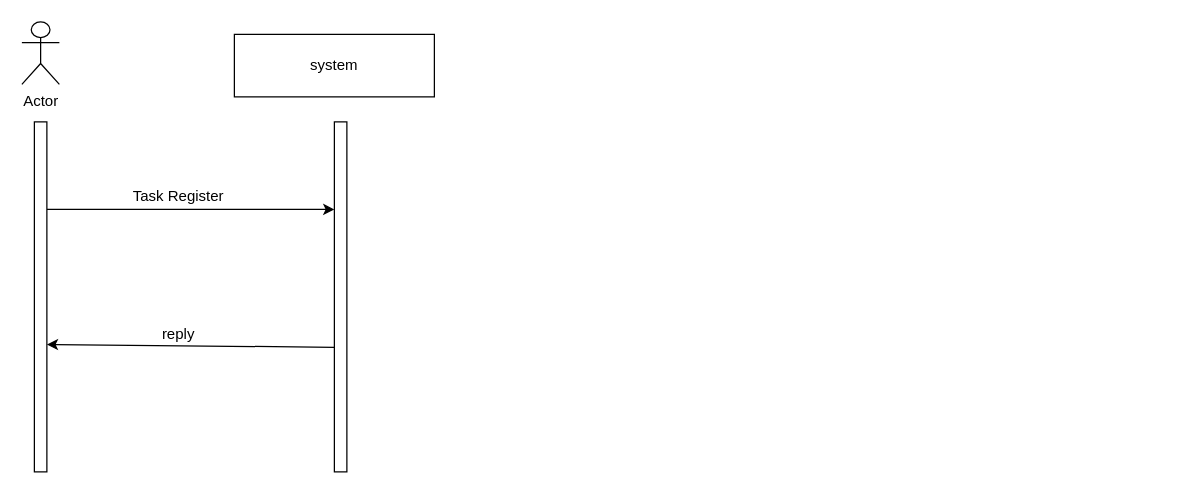
This is sinariview.drawio from hspmuse/swarchitecture, a draw.io file, before an edit. Source tidied: cells renumbered, new cells numbered last; positions are measured from the earlier drawing's top-left corner, leaving out a move shared by most shapes. Both pictures are drawn from the tidied source at 125%, with x=0, y=0 at pixel (21, 21).
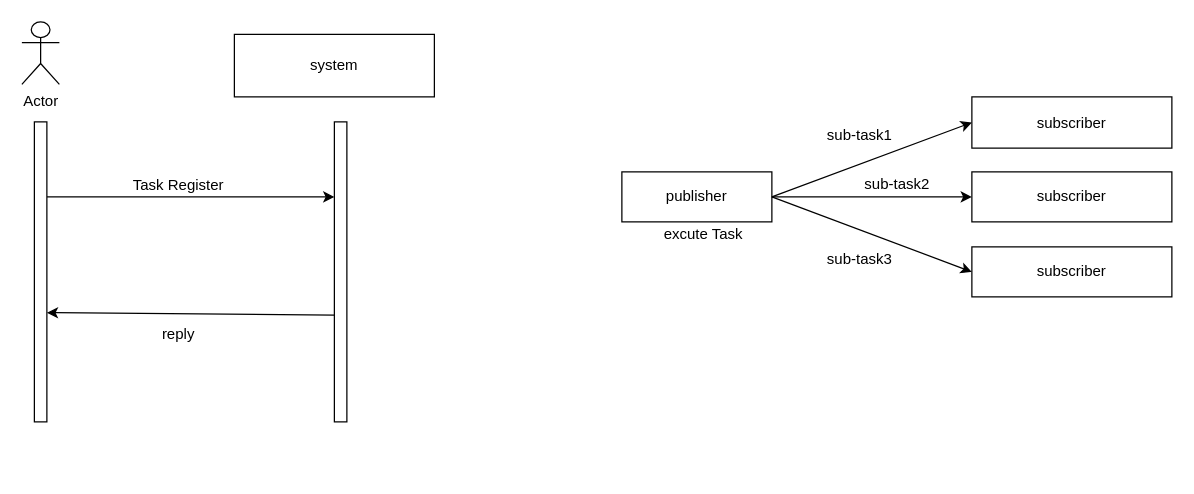
The same page after the edit.

Change to the diagram source:
```diff
@@
     <mxCell id="5" style="rounded=0;whiteSpace=wrap;html=1;" parent="1" vertex="1">
-      <mxGeometry x="10" y="80" width="10" height="280" as="geometry" />
+      <mxGeometry x="10" y="80" width="10" height="240" as="geometry" />
     </mxCell>
     <mxCell id="6" style="rounded=0;whiteSpace=wrap;html=1;" parent="1" vertex="1">
-      <mxGeometry x="250" y="80" width="10" height="280" as="geometry" />
+      <mxGeometry x="250" y="80" width="10" height="240" as="geometry" />
     </mxCell>
@@
     <mxCell id="8" value="Task Register" style="text;html=1;align=center;verticalAlign=middle;" parent="1" vertex="1">
-      <mxGeometry x="80" y="130" width="90" height="20" as="geometry" />
+      <mxGeometry x="80" y="121" width="90" height="20" as="geometry" />
     </mxCell>
@@
+    <mxCell id="10" value="publisher" style="rounded=0;whiteSpace=wrap;html=1;" parent="1" vertex="1">
+      <mxGeometry x="480" y="120" width="120" height="40" as="geometry" />
+    </mxCell>
+    <mxCell id="11" value="subscriber" style="rounded=0;whiteSpace=wrap;html=1;" parent="1" vertex="1">
+      <mxGeometry x="760" y="60" width="160" height="41" as="geometry" />
+    </mxCell>
+    <mxCell id="12" style="edgeStyle=orthogonalEdgeStyle;rounded=0;orthogonalLoop=1;jettySize=auto;html=1;exitX=0.5;exitY=1;exitDx=0;exitDy=0;" parent="1" edge="1" source="11" target="11">
+      <mxGeometry relative="1" as="geometry" />
+    </mxCell>
+    <mxCell id="13" value="subscriber" style="rounded=0;whiteSpace=wrap;html=1;" parent="1" vertex="1">
+      <mxGeometry x="760" y="120" width="160" height="40" as="geometry" />
+    </mxCell>
+    <mxCell id="14" value="subscriber" style="rounded=0;whiteSpace=wrap;html=1;" parent="1" vertex="1">
+      <mxGeometry x="760" y="180" width="160" height="40" as="geometry" />
+    </mxCell>
+    <mxCell id="15" style="endArrow=classic;html=1;entryX=0;entryY=0.5;entryDx=0;entryDy=0;exitX=1;exitY=0.5;exitDx=0;exitDy=0;" parent="1" edge="1" source="10" target="13">
+      <mxGeometry relative="1" as="geometry" />
+    </mxCell>
+    <mxCell id="16" style="endArrow=classic;html=1;entryX=0;entryY=0.5;entryDx=0;entryDy=0;" parent="1" edge="1" target="11">
+      <mxGeometry relative="1" as="geometry">
+        <mxPoint x="600" y="140" as="sourcePoint" />
+      </mxGeometry>
+    </mxCell>
+    <mxCell id="17" style="endArrow=classic;html=1;entryX=0;entryY=0.5;entryDx=0;entryDy=0;exitX=1;exitY=0.5;exitDx=0;exitDy=0;" parent="1" edge="1" source="10" target="14">
+      <mxGeometry relative="1" as="geometry" />
+    </mxCell>
+    <mxCell id="18" value="excute Task" style="text;html=1;align=center;verticalAlign=middle;" parent="1" vertex="1">
+      <mxGeometry x="505" y="160" width="80" height="20" as="geometry" />
+    </mxCell>
+    <mxCell id="19" value="sub-task1" style="text;html=1;align=center;verticalAlign=middle;" parent="1" vertex="1">
+      <mxGeometry x="635" y="81" width="70" height="20" as="geometry" />
+    </mxCell>
+    <mxCell id="20" value="sub-task2" style="text;html=1;align=center;verticalAlign=middle;" parent="1" vertex="1">
+      <mxGeometry x="665" y="120" width="70" height="20" as="geometry" />
+    </mxCell>
+    <mxCell id="21" value="sub-task3" style="text;html=1;align=center;verticalAlign=middle;" parent="1" vertex="1">
+      <mxGeometry x="635" y="180" width="70" height="20" as="geometry" />
+    </mxCell>
```
